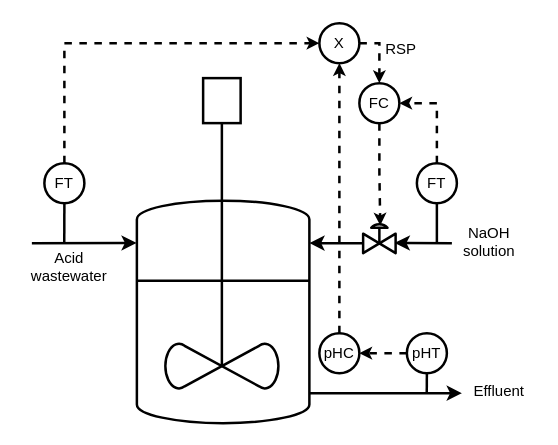
rputikar/advanced-modeling-and-control keeps this draw.io diagram as page "wastewater-ph-neutralization" (17 of 25) of assets/images/02-ratio-and-feedforward-control.drawio. Above is the earlier version. Source tidied: cells renumbered, new cells numbered last; positions are measured from the earlier drawing's top-left corner, leaving out a move shared by most shapes. Both pictures are drawn from the tidied source at 125%, with x=0, y=0 at pixel (31, 22).
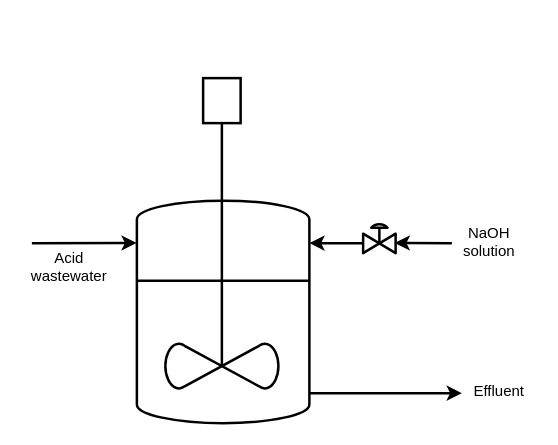
Above is the later version.

Unchanged cells that the change refers to:
```xml
<mxCell id="6" style="verticalLabelPosition=bottom;align=center;html=1;verticalAlign=top;dashed=0;shape=mxgraph.pid2valves.valve;valveType=gate;actuator=diaph;rounded=0;labelBackgroundColor=none;fontFamily=IBM Plex sans;fontSize=12;fontColor=default;fillColor=none;gradientColor=none;points=[];strokeWidth=2;" parent="1" vertex="1">
  <mxGeometry x="265" y="158" width="26" height="26" as="geometry" />
</mxCell>
```

What changed in the source:
```diff
@@
-    <mxCell id="7" style="edgeStyle=orthogonalEdgeStyle;shape=connector;rounded=0;jettySize=auto;html=1;exitX=0.5;exitY=0;exitDx=0;exitDy=0;entryX=1;entryY=0.5;entryDx=0;entryDy=0;dashed=1;labelBackgroundColor=none;strokeColor=default;fontFamily=IBM Plex sans;fontSize=12;fontColor=default;endArrow=classic;endSize=4;strokeWidth=2;" parent="1" edge="1" source="9" target="15">
-      <mxGeometry relative="1" as="geometry" />
-    </mxCell>
-    <mxCell id="8" style="edgeStyle=orthogonalEdgeStyle;shape=connector;rounded=0;jettySize=auto;html=1;exitX=0.5;exitY=1;exitDx=0;exitDy=0;labelBackgroundColor=none;strokeColor=default;fontFamily=IBM Plex sans;fontSize=12;fontColor=default;endArrow=none;endSize=4;endFill=0;strokeWidth=2;" parent="1" edge="1" source="9">
-      <mxGeometry relative="1" as="geometry">
-        <mxPoint x="324" y="176" as="targetPoint" />
-      </mxGeometry>
-    </mxCell>
-    <mxCell id="9" value="FT" style="ellipse;whiteSpace=wrap;html=1;rounded=0;labelBackgroundColor=none;fontFamily=IBM Plex sans;fontSize=12;fontColor=default;fillColor=none;gradientColor=none;fontFamily=IBM Plex sans;strokeWidth=2;" parent="1" vertex="1">
-      <mxGeometry x="308" y="112" width="32" height="32" as="geometry" />
-    </mxCell>
@@
-    <mxCell id="14" style="edgeStyle=orthogonalEdgeStyle;shape=connector;rounded=0;jettySize=auto;html=1;exitX=0.5;exitY=1;exitDx=0;exitDy=0;entryX=0.527;entryY=0.148;entryDx=0;entryDy=0;entryPerimeter=0;dashed=1;labelBackgroundColor=none;strokeColor=default;fontFamily=IBM Plex sans;fontSize=12;fontColor=default;endArrow=classic;endSize=4;strokeWidth=2;" parent="1" edge="1" source="15" target="6">
-      <mxGeometry relative="1" as="geometry" />
-    </mxCell>
-    <mxCell id="15" value="FC" style="ellipse;whiteSpace=wrap;html=1;rounded=0;labelBackgroundColor=none;fontFamily=IBM Plex sans;fontSize=12;fontColor=default;fillColor=none;gradientColor=none;fontFamily=IBM Plex sans;strokeWidth=2;" parent="1" vertex="1">
-      <mxGeometry x="262" y="48" width="32" height="32" as="geometry" />
-    </mxCell>
-    <mxCell id="16" style="edgeStyle=orthogonalEdgeStyle;shape=connector;rounded=0;jettySize=auto;html=1;exitX=0.5;exitY=1;exitDx=0;exitDy=0;labelBackgroundColor=none;strokeColor=default;fontFamily=IBM Plex sans;fontSize=12;fontColor=default;endArrow=none;endSize=4;endFill=0;strokeWidth=2;" parent="1" edge="1" source="18">
-      <mxGeometry relative="1" as="geometry">
-        <mxPoint x="25.9" y="176" as="targetPoint" />
-      </mxGeometry>
-    </mxCell>
-    <mxCell id="17" style="edgeStyle=orthogonalEdgeStyle;shape=connector;rounded=0;jettySize=auto;html=1;exitX=0.5;exitY=0;exitDx=0;exitDy=0;entryX=0;entryY=0.5;entryDx=0;entryDy=0;dashed=1;labelBackgroundColor=none;strokeColor=default;fontFamily=IBM Plex sans;fontSize=12;fontColor=default;endArrow=classic;endSize=4;strokeWidth=2;" parent="1" edge="1" source="18" target="26">
-      <mxGeometry relative="1" as="geometry" />
-    </mxCell>
-    <mxCell id="18" value="FT" style="ellipse;whiteSpace=wrap;html=1;rounded=0;labelBackgroundColor=none;fontFamily=IBM Plex sans;fontSize=12;fontColor=default;fillColor=none;gradientColor=none;fontFamily=IBM Plex sans;strokeWidth=2;" parent="1" vertex="1">
-      <mxGeometry x="10" y="112" width="32" height="32" as="geometry" />
-    </mxCell>
-    <mxCell id="19" style="edgeStyle=orthogonalEdgeStyle;shape=connector;rounded=0;jettySize=auto;html=1;exitX=0;exitY=0.5;exitDx=0;exitDy=0;entryX=1;entryY=0.5;entryDx=0;entryDy=0;dashed=1;labelBackgroundColor=none;strokeColor=default;fontFamily=IBM Plex sans;fontSize=12;fontColor=default;endArrow=classic;endSize=4;strokeWidth=2;" parent="1" edge="1" source="21" target="23">
-      <mxGeometry relative="1" as="geometry" />
-    </mxCell>
-    <mxCell id="20" style="edgeStyle=orthogonalEdgeStyle;shape=connector;rounded=0;jettySize=auto;html=1;exitX=0.5;exitY=1;exitDx=0;exitDy=0;labelBackgroundColor=none;strokeColor=default;fontFamily=IBM Plex sans;fontSize=12;fontColor=default;endArrow=none;endSize=4;endFill=0;strokeWidth=2;" parent="1" edge="1" source="21">
-      <mxGeometry relative="1" as="geometry">
-        <mxPoint x="315.9" y="296" as="targetPoint" />
-      </mxGeometry>
-    </mxCell>
-    <mxCell id="21" value="pHT" style="ellipse;whiteSpace=wrap;html=1;rounded=0;labelBackgroundColor=none;fontFamily=IBM Plex sans;fontSize=12;fontColor=default;fillColor=none;gradientColor=none;fontFamily=IBM Plex sans;strokeWidth=2;" parent="1" vertex="1">
-      <mxGeometry x="300" y="248" width="32" height="32" as="geometry" />
-    </mxCell>
-    <mxCell id="22" style="edgeStyle=orthogonalEdgeStyle;shape=connector;rounded=0;jettySize=auto;html=1;dashed=1;labelBackgroundColor=none;strokeColor=default;fontFamily=IBM Plex sans;fontSize=12;fontColor=default;endArrow=classic;endSize=4;entryX=0.5;entryY=1;entryDx=0;entryDy=0;strokeWidth=2;" parent="1" edge="1" source="23" target="26">
-      <mxGeometry relative="1" as="geometry" />
-    </mxCell>
-    <mxCell id="23" value="pHC" style="ellipse;whiteSpace=wrap;html=1;rounded=0;labelBackgroundColor=none;fontFamily=IBM Plex sans;fontSize=12;fontColor=default;fillColor=none;gradientColor=none;fontFamily=IBM Plex sans;strokeWidth=2;" parent="1" vertex="1">
-      <mxGeometry x="230" y="248" width="32" height="32" as="geometry" />
-    </mxCell>
-    <mxCell id="24" style="edgeStyle=orthogonalEdgeStyle;shape=connector;rounded=0;jettySize=auto;html=1;exitX=1;exitY=0.5;exitDx=0;exitDy=0;entryX=0.5;entryY=0;entryDx=0;entryDy=0;dashed=1;labelBackgroundColor=none;strokeColor=default;fontFamily=IBM Plex sans;fontSize=12;fontColor=default;endArrow=classic;endSize=4;strokeWidth=2;" parent="1" edge="1" source="26" target="15">
-      <mxGeometry relative="1" as="geometry" />
-    </mxCell>
-    <mxCell id="25" value="RSP" style="edgeLabel;html=1;align=center;verticalAlign=middle;fontSize=12;fontFamily=IBM Plex sans;fontColor=default;labelBackgroundColor=none;" parent="24" vertex="1">
-      <mxGeometry x="0.08" y="-1" relative="1" as="geometry">
-        <mxPoint x="17" y="-6" as="offset" />
-      </mxGeometry>
-    </mxCell>
-    <mxCell id="26" value="X" style="ellipse;whiteSpace=wrap;html=1;rounded=0;labelBackgroundColor=none;fontFamily=IBM Plex sans;fontSize=12;fontColor=default;fillColor=none;gradientColor=none;fontFamily=IBM Plex sans;strokeWidth=2;" parent="1" vertex="1">
-      <mxGeometry x="230" width="32" height="32" as="geometry" />
-    </mxCell>
```
